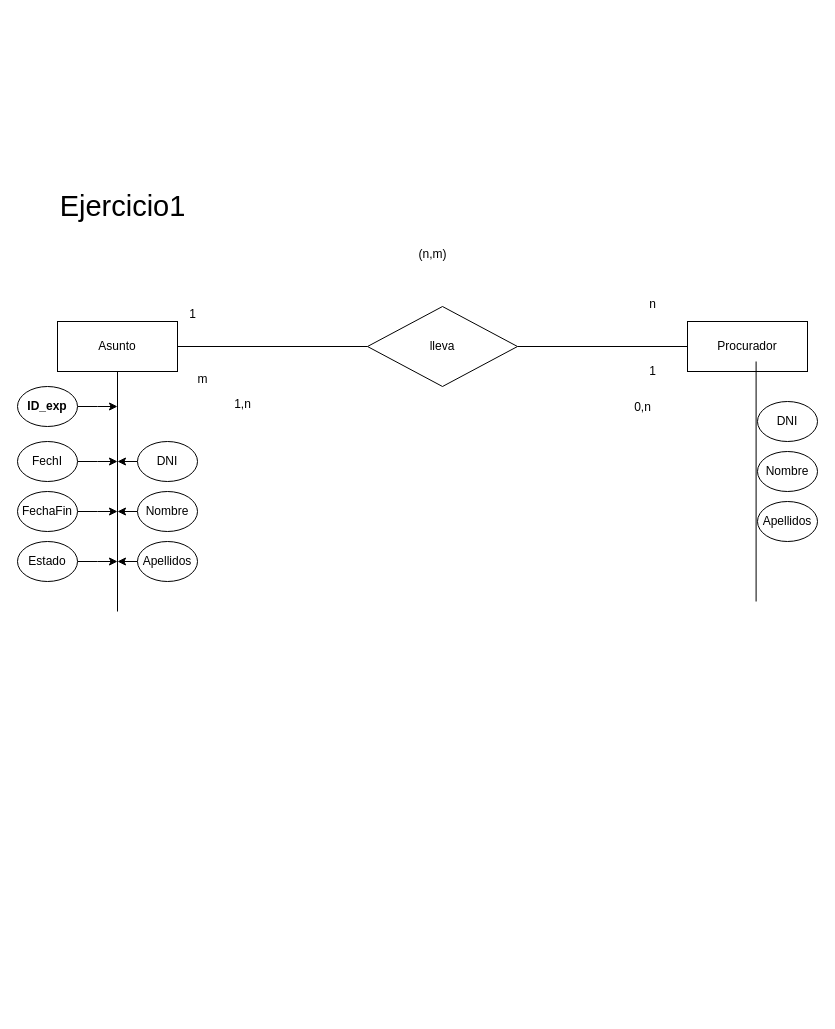
victorsanchezr/abril23diagrama keeps this draw.io diagram as ejercicio1.drawio. Above is the earlier version. Source tidied: cells renumbered, new cells numbered last; positions are measured from the earlier drawing's top-left corner, leaving out a move shared by most shapes. Both pictures are drawn from the tidied source at 100%, with x=0, y=0 at pixel (17, 181).
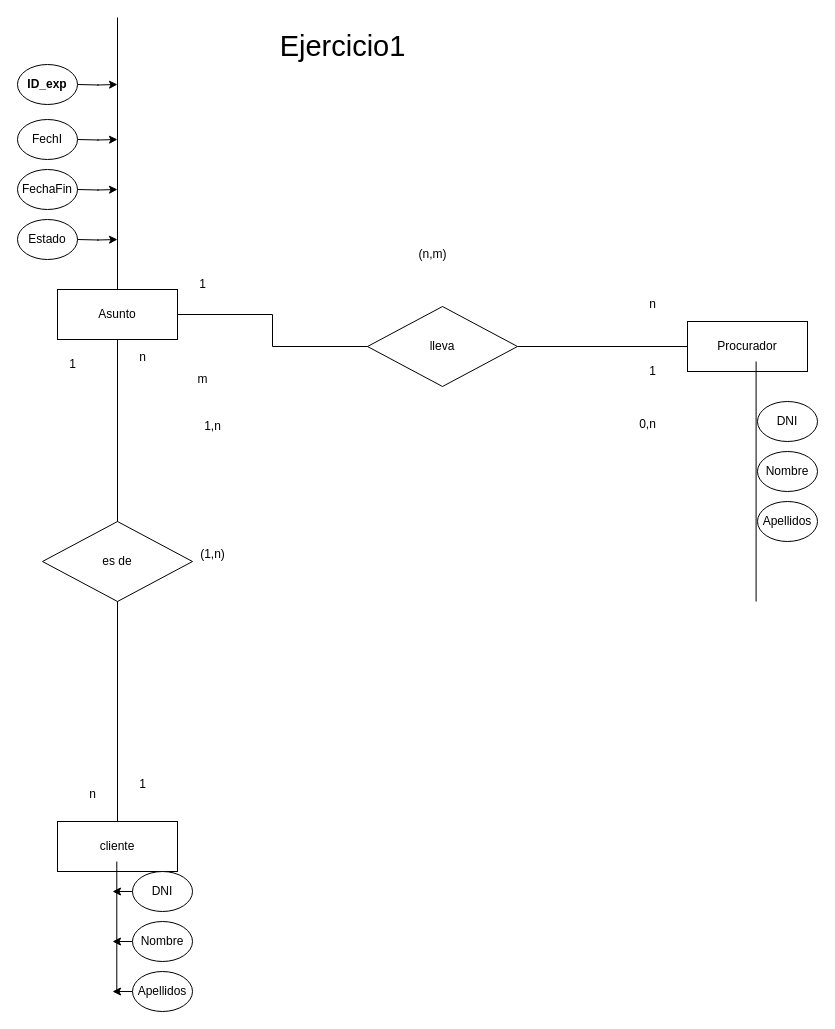
The same diagram, later.

Diff of the diagram source:
```diff
@@
     <mxCell id="2" value="&lt;font style=&quot;font-size: 29px;&quot;&gt;Ejercicio1&lt;/font&gt;" style="text;html=1;align=center;verticalAlign=middle;strokeColor=none;fillColor=none;" parent="1" vertex="1">
-      <mxGeometry x="30" width="150" height="50" as="geometry" />
+      <mxGeometry x="250" y="-160" width="150" height="50" as="geometry" />
     </mxCell>
@@
     <mxCell id="4" value="Asunto" style="rounded=0;whiteSpace=wrap;html=1;" parent="1" vertex="1">
-      <mxGeometry x="40" y="140" width="120" height="50" as="geometry" />
+      <mxGeometry x="40" y="108" width="120" height="50" as="geometry" />
     </mxCell>
@@
-    <mxCell id="9" style="edgeStyle=orthogonalEdgeStyle;rounded=0;jettySize=auto;html=1;" parent="1" edge="1" source="10">
-      <mxGeometry relative="1" as="geometry">
-        <mxPoint x="100" y="225" as="targetPoint" />
-      </mxGeometry>
-    </mxCell>
-    <mxCell id="10" value="&lt;b&gt;ID_exp&lt;/b&gt;" style="ellipse;whiteSpace=wrap;html=1;" parent="1" vertex="1">
-      <mxGeometry y="205" width="60" height="40" as="geometry" />
-    </mxCell>
-    <mxCell id="11" style="edgeStyle=orthogonalEdgeStyle;rounded=0;jettySize=auto;html=1;" parent="1" edge="1" source="12">
-      <mxGeometry relative="1" as="geometry">
-        <mxPoint x="100" y="280" as="targetPoint" />
-      </mxGeometry>
-    </mxCell>
-    <mxCell id="12" value="FechI" style="ellipse;whiteSpace=wrap;html=1;" parent="1" vertex="1">
-      <mxGeometry y="260" width="60" height="40" as="geometry" />
-    </mxCell>
-    <mxCell id="13" style="edgeStyle=orthogonalEdgeStyle;rounded=0;jettySize=auto;html=1;" parent="1" edge="1" source="14">
-      <mxGeometry relative="1" as="geometry">
-        <mxPoint x="100" y="330" as="targetPoint" />
-      </mxGeometry>
-    </mxCell>
-    <mxCell id="14" value="FechaFin" style="ellipse;whiteSpace=wrap;html=1;" parent="1" vertex="1">
-      <mxGeometry y="310" width="60" height="40" as="geometry" />
-    </mxCell>
-    <mxCell id="15" style="edgeStyle=orthogonalEdgeStyle;rounded=0;jettySize=auto;html=1;" parent="1" edge="1" source="16">
-      <mxGeometry relative="1" as="geometry">
-        <mxPoint x="100" y="380" as="targetPoint" />
-      </mxGeometry>
-    </mxCell>
-    <mxCell id="16" value="Estado" style="ellipse;whiteSpace=wrap;html=1;" parent="1" vertex="1">
-      <mxGeometry y="360" width="60" height="40" as="geometry" />
-    </mxCell>
-    <mxCell id="17" style="edgeStyle=orthogonalEdgeStyle;rounded=0;jettySize=auto;html=1;" parent="1" edge="1" source="18">
-      <mxGeometry relative="1" as="geometry">
-        <mxPoint x="100" y="280" as="targetPoint" />
-      </mxGeometry>
-    </mxCell>
-    <mxCell id="18" value="DNI" style="ellipse;whiteSpace=wrap;html=1;" parent="1" vertex="1">
-      <mxGeometry x="120" y="260" width="60" height="40" as="geometry" />
-    </mxCell>
-    <mxCell id="19" style="edgeStyle=orthogonalEdgeStyle;rounded=0;jettySize=auto;html=1;" parent="1" edge="1" source="20">
-      <mxGeometry relative="1" as="geometry">
-        <mxPoint x="100" y="330" as="targetPoint" />
-      </mxGeometry>
-    </mxCell>
-    <mxCell id="20" value="Nombre" style="ellipse;whiteSpace=wrap;html=1;" parent="1" vertex="1">
-      <mxGeometry x="120" y="310" width="60" height="40" as="geometry" />
-    </mxCell>
-    <mxCell id="21" style="edgeStyle=orthogonalEdgeStyle;rounded=0;jettySize=auto;html=1;" parent="1" edge="1" source="22">
-      <mxGeometry relative="1" as="geometry">
-        <mxPoint x="100" y="380" as="targetPoint" />
-      </mxGeometry>
-    </mxCell>
-    <mxCell id="22" value="Apellidos" style="ellipse;whiteSpace=wrap;html=1;" parent="1" vertex="1">
-      <mxGeometry x="120" y="360" width="60" height="40" as="geometry" />
-    </mxCell>
@@
     <mxCell id="27" value="1" style="text;html=1;align=center;verticalAlign=middle;strokeColor=none;fillColor=none;" parent="1" vertex="1">
-      <mxGeometry x="160" y="118" width="30" height="30" as="geometry" />
+      <mxGeometry x="170" y="88" width="30" height="30" as="geometry" />
     </mxCell>
@@
     <mxCell id="32" value="1,n" style="text;html=1;align=center;verticalAlign=middle;strokeColor=none;fillColor=none;" parent="1" vertex="1">
-      <mxGeometry x="205" y="208" width="40" height="30" as="geometry" />
+      <mxGeometry x="175" y="230" width="40" height="30" as="geometry" />
     </mxCell>
     <mxCell id="33" value="0,n&lt;div&gt;&lt;br&gt;&lt;/div&gt;" style="text;html=1;align=center;verticalAlign=middle;strokeColor=none;fillColor=none;" parent="1" vertex="1">
-      <mxGeometry x="605" y="213" width="40" height="40" as="geometry" />
+      <mxGeometry x="610" y="230" width="40" height="40" as="geometry" />
     </mxCell>
+    <mxCell id="34" style="edgeStyle=orthogonalEdgeStyle;rounded=0;jettySize=auto;html=1;entryX=0.5;entryY=1;entryDx=0;entryDy=0;endArrow=none;endFill=0;" parent="1" edge="1" source="35" target="36">
+      <mxGeometry relative="1" as="geometry" />
+    </mxCell>
+    <mxCell id="35" value="cliente" style="rounded=0;whiteSpace=wrap;html=1;" parent="1" vertex="1">
+      <mxGeometry x="40" y="640" width="120" height="50" as="geometry" />
+    </mxCell>
+    <mxCell id="36" value="es de" style="rhombus;whiteSpace=wrap;html=1;" parent="1" vertex="1">
+      <mxGeometry x="25" y="340" width="150" height="80" as="geometry" />
+    </mxCell>
+    <mxCell id="37" style="edgeStyle=orthogonalEdgeStyle;rounded=0;jettySize=auto;html=1;" parent="1" edge="1" source="18">
+      <mxGeometry relative="1" as="geometry">
+        <mxPoint x="95" y="710" as="targetPoint" />
+      </mxGeometry>
+    </mxCell>
+    <mxCell id="18" value="DNI" style="ellipse;whiteSpace=wrap;html=1;" parent="1" vertex="1">
+      <mxGeometry x="115" y="690" width="60" height="40" as="geometry" />
+    </mxCell>
+    <mxCell id="38" style="edgeStyle=orthogonalEdgeStyle;rounded=0;jettySize=auto;html=1;" parent="1" edge="1" source="20">
+      <mxGeometry relative="1" as="geometry">
+        <mxPoint x="95" y="760" as="targetPoint" />
+      </mxGeometry>
+    </mxCell>
+    <mxCell id="20" value="Nombre" style="ellipse;whiteSpace=wrap;html=1;" parent="1" vertex="1">
+      <mxGeometry x="115" y="740" width="60" height="40" as="geometry" />
+    </mxCell>
+    <mxCell id="39" style="edgeStyle=orthogonalEdgeStyle;rounded=0;jettySize=auto;html=1;" parent="1" edge="1" source="22">
+      <mxGeometry relative="1" as="geometry">
+        <mxPoint x="95" y="810" as="targetPoint" />
+      </mxGeometry>
+    </mxCell>
+    <mxCell id="22" value="Apellidos" style="ellipse;whiteSpace=wrap;html=1;" parent="1" vertex="1">
+      <mxGeometry x="115" y="790" width="60" height="40" as="geometry" />
+    </mxCell>
+    <mxCell id="40" style="edgeStyle=orthogonalEdgeStyle;rounded=0;orthogonalLoop=1;jettySize=auto;html=1;entryX=0.5;entryY=1;entryDx=0;entryDy=0;endArrow=none;endFill=0;" parent="1" edge="1">
+      <mxGeometry relative="1" as="geometry">
+        <mxPoint x="99.3" y="810" as="sourcePoint" />
+        <mxPoint x="99.3" y="680" as="targetPoint" />
+      </mxGeometry>
+    </mxCell>
+    <mxCell id="41" style="endArrow=none;html=1;rounded=0;entryX=0.5;entryY=1;entryDx=0;entryDy=0;" parent="1" edge="1">
+      <mxGeometry relative="1" as="geometry">
+        <mxPoint x="100" y="108" as="sourcePoint" />
+        <mxPoint x="100" y="-164" as="targetPoint" />
+      </mxGeometry>
+    </mxCell>
+    <mxCell id="10" value="&lt;b&gt;ID_exp&lt;/b&gt;" style="ellipse;whiteSpace=wrap;html=1;" parent="1" vertex="1">
+      <mxGeometry y="-117" width="60" height="40" as="geometry" />
+    </mxCell>
+    <mxCell id="12" value="FechI" style="ellipse;whiteSpace=wrap;html=1;" parent="1" vertex="1">
+      <mxGeometry y="-62" width="60" height="40" as="geometry" />
+    </mxCell>
+    <mxCell id="14" value="FechaFin" style="ellipse;whiteSpace=wrap;html=1;" parent="1" vertex="1">
+      <mxGeometry y="-12" width="60" height="40" as="geometry" />
+    </mxCell>
+    <mxCell id="16" value="Estado" style="ellipse;whiteSpace=wrap;html=1;" parent="1" vertex="1">
+      <mxGeometry y="38" width="60" height="40" as="geometry" />
+    </mxCell>
+    <mxCell id="42" style="edgeStyle=orthogonalEdgeStyle;rounded=0;orthogonalLoop=1;jettySize=auto;html=1;" parent="1" edge="1">
+      <mxGeometry relative="1" as="geometry">
+        <mxPoint x="60" y="-97" as="sourcePoint" />
+        <mxPoint x="100" y="-97" as="targetPoint" />
+      </mxGeometry>
+    </mxCell>
+    <mxCell id="43" style="edgeStyle=orthogonalEdgeStyle;rounded=0;orthogonalLoop=1;jettySize=auto;html=1;" parent="1" edge="1">
+      <mxGeometry relative="1" as="geometry">
+        <mxPoint x="60" y="-42" as="sourcePoint" />
+        <mxPoint x="100" y="-42" as="targetPoint" />
+      </mxGeometry>
+    </mxCell>
+    <mxCell id="44" style="edgeStyle=orthogonalEdgeStyle;rounded=0;orthogonalLoop=1;jettySize=auto;html=1;" parent="1" edge="1">
+      <mxGeometry relative="1" as="geometry">
+        <mxPoint x="60" y="8" as="sourcePoint" />
+        <mxPoint x="100" y="8" as="targetPoint" />
+      </mxGeometry>
+    </mxCell>
+    <mxCell id="45" style="edgeStyle=orthogonalEdgeStyle;rounded=0;orthogonalLoop=1;jettySize=auto;html=1;" parent="1" edge="1">
+      <mxGeometry relative="1" as="geometry">
+        <mxPoint x="60" y="58" as="sourcePoint" />
+        <mxPoint x="100" y="58" as="targetPoint" />
+      </mxGeometry>
+    </mxCell>
+    <mxCell id="46" value="(1,n)" style="text;html=1;align=center;verticalAlign=middle;strokeColor=none;fillColor=none;" parent="1" vertex="1">
+      <mxGeometry x="170" y="358" width="50" height="30" as="geometry" />
+    </mxCell>
+    <mxCell id="47" value="1" style="text;html=1;align=center;verticalAlign=middle;strokeColor=none;fillColor=none;" parent="1" vertex="1">
+      <mxGeometry x="40" y="168" width="30" height="30" as="geometry" />
+    </mxCell>
+    <mxCell id="48" value="n" style="text;html=1;align=center;verticalAlign=middle;strokeColor=none;fillColor=none;" parent="1" vertex="1">
+      <mxGeometry x="60" y="598" width="30" height="30" as="geometry" />
+    </mxCell>
+    <mxCell id="49" value="1" style="text;html=1;align=center;verticalAlign=middle;strokeColor=none;fillColor=none;" parent="1" vertex="1">
+      <mxGeometry x="110" y="588" width="30" height="30" as="geometry" />
+    </mxCell>
+    <mxCell id="50" value="n&lt;div&gt;&lt;br&gt;&lt;/div&gt;" style="text;html=1;align=center;verticalAlign=middle;strokeColor=none;fillColor=none;" parent="1" vertex="1">
+      <mxGeometry x="110" y="163" width="30" height="40" as="geometry" />
+    </mxCell>
```
